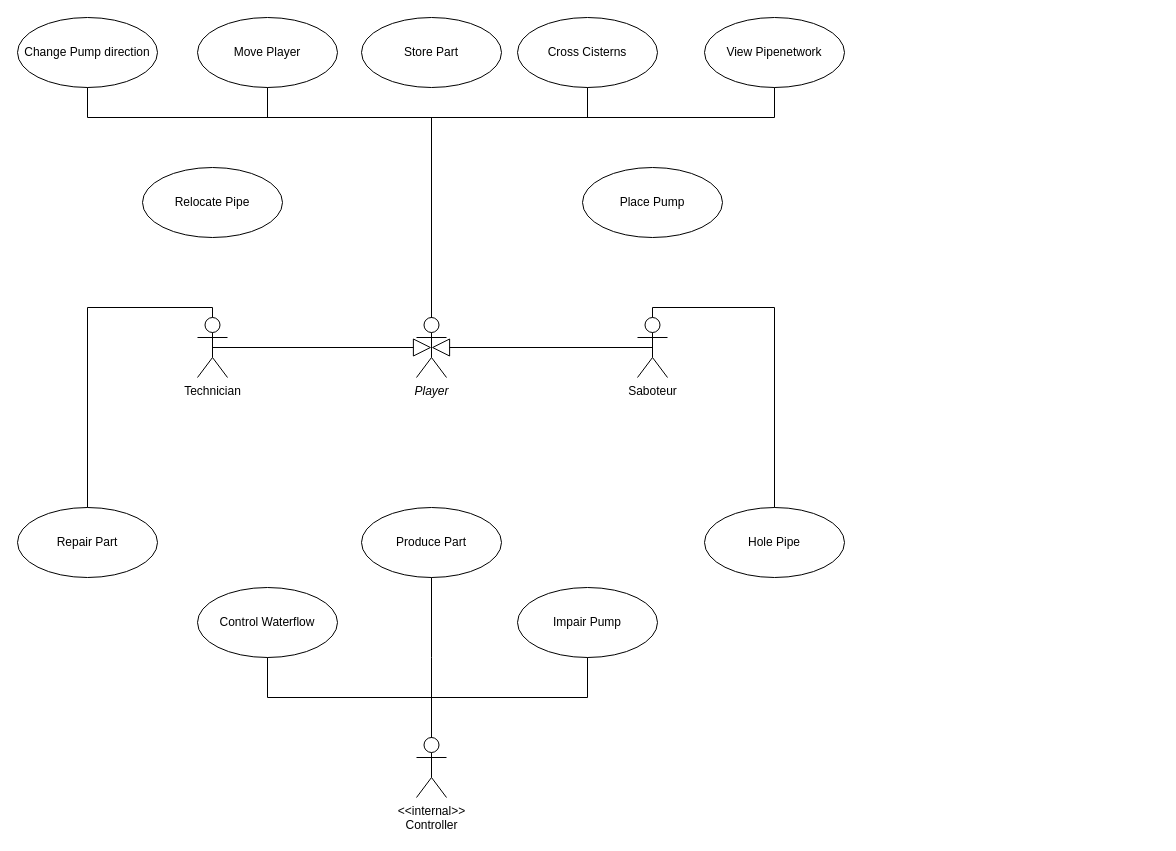
Before: misc/diagrams/USECASE.drawio in RuntimeError-BME/coursework, a draw.io diagram. Source tidied: cells renumbered, new cells numbered last; positions are measured from the earlier drawing's top-left corner, leaving out a move shared by most shapes. Both pictures are drawn from the tidied source at 100%, with x=0, y=0 at pixel (17, 17).
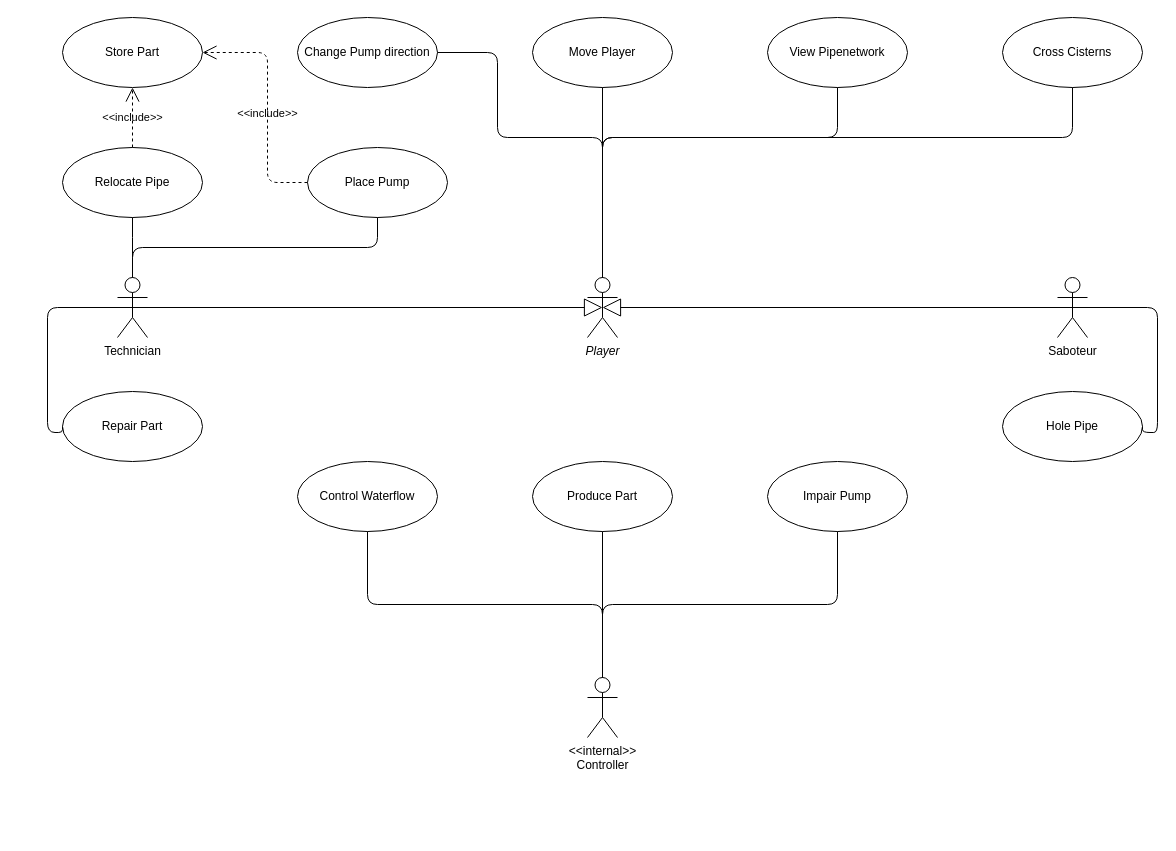
The same diagram, later.

Diff of the diagram source:
```diff
@@
-    <mxCell id="2" value="View Pipenetwork" style="ellipse;whiteSpace=wrap;html=1;" parent="1" vertex="1">
-      <mxGeometry x="687" width="140" height="70" as="geometry" />
+    <mxCell id="2" value="View Pipenetwork" style="ellipse;whiteSpace=wrap;html=1;rounded=1;labelBackgroundColor=none;" parent="1" vertex="1">
+      <mxGeometry x="750" width="140" height="70" as="geometry" />
     </mxCell>
-    <mxCell id="3" value="Move Player" style="ellipse;whiteSpace=wrap;html=1;" parent="1" vertex="1">
-      <mxGeometry x="180" width="140" height="70" as="geometry" />
+    <mxCell id="3" value="Move Player" style="ellipse;whiteSpace=wrap;html=1;rounded=1;labelBackgroundColor=none;" parent="1" vertex="1">
+      <mxGeometry x="515" width="140" height="70" as="geometry" />
     </mxCell>
-    <mxCell id="4" value="Change Pump direction" style="ellipse;whiteSpace=wrap;html=1;" parent="1" vertex="1">
-      <mxGeometry width="140" height="70" as="geometry" />
+    <mxCell id="4" value="Change Pump direction" style="ellipse;whiteSpace=wrap;html=1;rounded=1;labelBackgroundColor=none;" parent="1" vertex="1">
+      <mxGeometry x="280" width="140" height="70" as="geometry" />
     </mxCell>
-    <mxCell id="5" value="Player" style="shape=umlActor;verticalLabelPosition=bottom;verticalAlign=top;html=1;outlineConnect=0;fontStyle=2;" parent="1" vertex="1">
-      <mxGeometry x="399" y="300" width="30" height="60" as="geometry" />
+    <mxCell id="5" value="Player" style="shape=umlActor;verticalLabelPosition=bottom;verticalAlign=top;html=1;outlineConnect=0;fontStyle=2;rounded=1;labelBackgroundColor=none;" parent="1" vertex="1">
+      <mxGeometry x="570" y="260" width="30" height="60" as="geometry" />
     </mxCell>
-    <mxCell id="6" value="Technician" style="shape=umlActor;verticalLabelPosition=bottom;verticalAlign=top;html=1;outlineConnect=0;" parent="1" vertex="1">
-      <mxGeometry x="180" y="300" width="30" height="60" as="geometry" />
+    <mxCell id="6" value="Technician" style="shape=umlActor;verticalLabelPosition=bottom;verticalAlign=top;html=1;outlineConnect=0;rounded=1;labelBackgroundColor=none;" parent="1" vertex="1">
+      <mxGeometry x="100" y="260" width="30" height="60" as="geometry" />
     </mxCell>
-    <mxCell id="7" value="Saboteur" style="shape=umlActor;verticalLabelPosition=bottom;verticalAlign=top;html=1;outlineConnect=0;" parent="1" vertex="1">
-      <mxGeometry x="620" y="300" width="30" height="60" as="geometry" />
+    <mxCell id="7" value="Saboteur" style="shape=umlActor;verticalLabelPosition=bottom;verticalAlign=top;html=1;outlineConnect=0;rounded=1;labelBackgroundColor=none;" parent="1" vertex="1">
+      <mxGeometry x="1040" y="260" width="30" height="60" as="geometry" />
     </mxCell>
-    <mxCell id="8" value="&amp;lt;&amp;lt;internal&amp;gt;&amp;gt; &lt;br&gt;Controller" style="shape=umlActor;verticalLabelPosition=bottom;verticalAlign=top;html=1;outlineConnect=0;" parent="1" vertex="1">
-      <mxGeometry x="399" y="720" width="30" height="60" as="geometry" />
+    <mxCell id="8" value="&amp;lt;&amp;lt;internal&amp;gt;&amp;gt; &lt;br&gt;Controller" style="shape=umlActor;verticalLabelPosition=bottom;verticalAlign=top;html=1;outlineConnect=0;rounded=1;labelBackgroundColor=none;" parent="1" vertex="1">
+      <mxGeometry x="570" y="660" width="30" height="60" as="geometry" />
     </mxCell>
-    <mxCell id="9" value="Repair Part" style="ellipse;whiteSpace=wrap;html=1;" parent="1" vertex="1">
-      <mxGeometry y="490" width="140" height="70" as="geometry" />
+    <mxCell id="9" value="Repair Part" style="ellipse;whiteSpace=wrap;html=1;rounded=1;labelBackgroundColor=none;" parent="1" vertex="1">
+      <mxGeometry x="45" y="374" width="140" height="70" as="geometry" />
     </mxCell>
-    <mxCell id="10" value="Control Waterflow" style="ellipse;whiteSpace=wrap;html=1;" parent="1" vertex="1">
-      <mxGeometry x="180" y="570" width="140" height="70" as="geometry" />
+    <mxCell id="10" value="Control Waterflow" style="ellipse;whiteSpace=wrap;html=1;rounded=1;labelBackgroundColor=none;" parent="1" vertex="1">
+      <mxGeometry x="280" y="444" width="140" height="70" as="geometry" />
     </mxCell>
-    <mxCell id="11" value="Impair Pump" style="ellipse;whiteSpace=wrap;html=1;" parent="1" vertex="1">
-      <mxGeometry x="500" y="570" width="140" height="70" as="geometry" />
+    <mxCell id="11" value="Impair Pump" style="ellipse;whiteSpace=wrap;html=1;rounded=1;labelBackgroundColor=none;" parent="1" vertex="1">
+      <mxGeometry x="750" y="444" width="140" height="70" as="geometry" />
     </mxCell>
-    <mxCell id="12" value="Hole Pipe" style="ellipse;whiteSpace=wrap;html=1;" parent="1" vertex="1">
-      <mxGeometry x="687" y="490" width="140" height="70" as="geometry" />
+    <mxCell id="12" value="Hole Pipe" style="ellipse;whiteSpace=wrap;html=1;rounded=1;labelBackgroundColor=none;" parent="1" vertex="1">
+      <mxGeometry x="985" y="374" width="140" height="70" as="geometry" />
     </mxCell>
-    <mxCell id="13" style="endArrow=block;endSize=16;endFill=0;html=1;rounded=0;entryX=0.5;entryY=0.5;entryDx=0;entryDy=0;entryPerimeter=0;exitX=0.5;exitY=0.5;exitDx=0;exitDy=0;exitPerimeter=0;" parent="1" edge="1" source="6" target="5">
-      <mxGeometry relative="1" as="geometry" />
-    </mxCell>
-    <mxCell id="14" style="endArrow=block;endSize=16;endFill=0;html=1;rounded=0;exitX=0.5;exitY=0.5;exitDx=0;exitDy=0;exitPerimeter=0;entryX=0.5;entryY=0.5;entryDx=0;entryDy=0;entryPerimeter=0;" parent="1" edge="1" source="7" target="5">
-      <mxGeometry relative="1" as="geometry" />
-    </mxCell>
-    <mxCell id="15" style="endArrow=none;html=1;edgeStyle=orthogonalEdgeStyle;rounded=0;exitX=0.5;exitY=0;exitDx=0;exitDy=0;exitPerimeter=0;entryX=0.5;entryY=1;entryDx=0;entryDy=0;" parent="1" edge="1" source="5" target="2">
-      <mxGeometry relative="1" as="geometry">
-        <Array as="points">
-          <mxPoint x="414" y="100" />
-          <mxPoint x="757" y="100" />
-        </Array>
-      </mxGeometry>
-    </mxCell>
-    <mxCell id="16" style="endArrow=none;html=1;edgeStyle=orthogonalEdgeStyle;rounded=0;exitX=0.5;exitY=0;exitDx=0;exitDy=0;exitPerimeter=0;entryX=0.5;entryY=1;entryDx=0;entryDy=0;" parent="1" edge="1" source="5" target="4">
-      <mxGeometry relative="1" as="geometry">
-        <Array as="points">
-          <mxPoint x="414" y="100" />
-          <mxPoint x="70" y="100" />
-        </Array>
-      </mxGeometry>
-    </mxCell>
-    <mxCell id="17" style="endArrow=none;html=1;edgeStyle=orthogonalEdgeStyle;rounded=0;exitX=0.5;exitY=0;exitDx=0;exitDy=0;exitPerimeter=0;entryX=0.5;entryY=1;entryDx=0;entryDy=0;" parent="1" edge="1" source="5" target="3">
-      <mxGeometry relative="1" as="geometry">
-        <Array as="points">
-          <mxPoint x="414" y="100" />
-          <mxPoint x="250" y="100" />
-        </Array>
-      </mxGeometry>
-    </mxCell>
-    <mxCell id="18" style="endArrow=none;html=1;edgeStyle=orthogonalEdgeStyle;rounded=0;exitX=0.5;exitY=0;exitDx=0;exitDy=0;entryX=0.5;entryY=0;entryDx=0;entryDy=0;entryPerimeter=0;" parent="1" edge="1" source="9" target="6">
-      <mxGeometry relative="1" as="geometry" />
-    </mxCell>
-    <mxCell id="19" style="endArrow=none;html=1;edgeStyle=orthogonalEdgeStyle;rounded=0;exitX=0.5;exitY=0;exitDx=0;exitDy=0;entryX=0.5;entryY=0;entryDx=0;entryDy=0;entryPerimeter=0;" parent="1" edge="1" source="12" target="7">
-      <mxGeometry relative="1" as="geometry" />
-    </mxCell>
-    <mxCell id="20" style="endArrow=none;html=1;edgeStyle=orthogonalEdgeStyle;rounded=0;exitX=0.5;exitY=1;exitDx=0;exitDy=0;" parent="1" edge="1" source="10" target="8">
-      <mxGeometry relative="1" as="geometry" />
-    </mxCell>
-    <mxCell id="21" style="endArrow=none;html=1;edgeStyle=orthogonalEdgeStyle;rounded=0;exitX=0.5;exitY=0;exitDx=0;exitDy=0;entryX=0.5;entryY=1;entryDx=0;entryDy=0;exitPerimeter=0;" parent="1" edge="1" source="8" target="11">
-      <mxGeometry relative="1" as="geometry" />
-    </mxCell>
-    <mxCell id="22" value="Cross Cisterns" style="ellipse;whiteSpace=wrap;html=1;" parent="1" vertex="1">
-      <mxGeometry x="500" width="140" height="70" as="geometry" />
+    <mxCell id="22" value="Cross Cisterns" style="ellipse;whiteSpace=wrap;html=1;rounded=1;labelBackgroundColor=none;" parent="1" vertex="1">
+      <mxGeometry x="985" width="140" height="70" as="geometry" />
     </mxCell>
-    <mxCell id="23" style="endArrow=none;html=1;edgeStyle=orthogonalEdgeStyle;rounded=0;exitX=0.5;exitY=1;exitDx=0;exitDy=0;" parent="1" edge="1" source="22" target="5">
-      <mxGeometry relative="1" as="geometry">
-        <Array as="points">
-          <mxPoint x="570" y="100" />
-          <mxPoint x="414" y="100" />
-        </Array>
-      </mxGeometry>
-    </mxCell>
-    <mxCell id="24" value="Relocate Pipe" style="ellipse;whiteSpace=wrap;html=1;" parent="1" vertex="1">
-      <mxGeometry x="125" y="150" width="140" height="70" as="geometry" />
+    <mxCell id="24" value="Relocate Pipe" style="ellipse;whiteSpace=wrap;html=1;rounded=1;labelBackgroundColor=none;" parent="1" vertex="1">
+      <mxGeometry x="45" y="130" width="140" height="70" as="geometry" />
     </mxCell>
-    <mxCell id="25" value="Place Pump" style="ellipse;whiteSpace=wrap;html=1;" parent="1" vertex="1">
-      <mxGeometry x="565" y="150" width="140" height="70" as="geometry" />
+    <mxCell id="25" value="Place Pump" style="ellipse;whiteSpace=wrap;html=1;rounded=1;labelBackgroundColor=none;" parent="1" vertex="1">
+      <mxGeometry x="290" y="130" width="140" height="70" as="geometry" />
     </mxCell>
-    <mxCell id="26" value="Store Part" style="ellipse;whiteSpace=wrap;html=1;" parent="1" vertex="1">
-      <mxGeometry x="344" width="140" height="70" as="geometry" />
+    <mxCell id="26" value="Store Part" style="ellipse;whiteSpace=wrap;html=1;rounded=1;labelBackgroundColor=none;" parent="1" vertex="1">
+      <mxGeometry x="45" width="140" height="70" as="geometry" />
     </mxCell>
-    <mxCell id="27" value="Produce Part" style="ellipse;whiteSpace=wrap;html=1;" parent="1" vertex="1">
-      <mxGeometry x="344" y="490" width="140" height="70" as="geometry" />
+    <mxCell id="27" value="Produce Part" style="ellipse;whiteSpace=wrap;html=1;rounded=1;labelBackgroundColor=none;" parent="1" vertex="1">
+      <mxGeometry x="515" y="444" width="140" height="70" as="geometry" />
     </mxCell>
+    <mxCell id="13" style="endArrow=block;endSize=16;endFill=0;html=1;rounded=1;exitX=0.5;exitY=0.5;exitDx=0;exitDy=0;exitPerimeter=0;entryX=0.5;entryY=0.5;entryDx=0;entryDy=0;entryPerimeter=0;labelBackgroundColor=none;fontColor=default;" parent="1" edge="1" source="6" target="5">
+      <mxGeometry relative="1" as="geometry" />
+    </mxCell>
+    <mxCell id="14" style="endArrow=block;endSize=16;endFill=0;html=1;rounded=1;entryX=0.5;entryY=0.5;entryDx=0;entryDy=0;entryPerimeter=0;exitX=0.5;exitY=0.5;exitDx=0;exitDy=0;exitPerimeter=0;labelBackgroundColor=none;fontColor=default;" parent="1" edge="1" source="7" target="5">
+      <mxGeometry relative="1" as="geometry" />
+    </mxCell>
+    <mxCell id="29" style="endArrow=none;html=1;edgeStyle=orthogonalEdgeStyle;rounded=1;entryX=0.5;entryY=1;entryDx=0;entryDy=0;exitX=0.5;exitY=0;exitDx=0;exitDy=0;exitPerimeter=0;labelBackgroundColor=none;fontColor=default;" parent="1" edge="1" source="5" target="22">
+      <mxGeometry relative="1" as="geometry">
+        <Array as="points">
+          <mxPoint x="585" y="120" />
+          <mxPoint x="1055" y="120" />
+        </Array>
+      </mxGeometry>
+    </mxCell>
+    <mxCell id="17" style="endArrow=none;html=1;edgeStyle=orthogonalEdgeStyle;rounded=1;entryX=0.5;entryY=1;entryDx=0;entryDy=0;exitX=0.5;exitY=0;exitDx=0;exitDy=0;exitPerimeter=0;labelBackgroundColor=none;fontColor=default;" parent="1" edge="1" source="5" target="3">
+      <mxGeometry relative="1" as="geometry" />
+    </mxCell>
+    <mxCell id="16" style="endArrow=none;html=1;edgeStyle=orthogonalEdgeStyle;rounded=1;exitX=0.5;exitY=0;exitDx=0;exitDy=0;exitPerimeter=0;entryX=1;entryY=0.5;entryDx=0;entryDy=0;labelBackgroundColor=none;fontColor=default;" parent="1" edge="1" source="5" target="4">
+      <mxGeometry relative="1" as="geometry">
+        <Array as="points">
+          <mxPoint x="585" y="120" />
+          <mxPoint x="480" y="120" />
+          <mxPoint x="480" y="35" />
+        </Array>
+      </mxGeometry>
+    </mxCell>
+    <mxCell id="30" style="endArrow=none;html=1;edgeStyle=orthogonalEdgeStyle;rounded=1;entryX=0.5;entryY=1;entryDx=0;entryDy=0;exitX=0.5;exitY=0;exitDx=0;exitDy=0;exitPerimeter=0;labelBackgroundColor=none;fontColor=default;" parent="1" edge="1" source="6" target="24">
+      <mxGeometry relative="1" as="geometry">
+        <Array as="points">
+          <mxPoint x="115" y="230" />
+          <mxPoint x="115" y="230" />
+        </Array>
+      </mxGeometry>
+    </mxCell>
+    <mxCell id="31" style="endArrow=none;html=1;edgeStyle=orthogonalEdgeStyle;rounded=1;entryX=0.5;entryY=0;entryDx=0;entryDy=0;entryPerimeter=0;exitX=0.5;exitY=1;exitDx=0;exitDy=0;labelBackgroundColor=none;fontColor=default;" parent="1" edge="1" source="25" target="6">
+      <mxGeometry relative="1" as="geometry" />
+    </mxCell>
+    <mxCell id="15" style="endArrow=none;html=1;edgeStyle=orthogonalEdgeStyle;rounded=1;entryX=0.5;entryY=1;entryDx=0;entryDy=0;exitX=0.5;exitY=0;exitDx=0;exitDy=0;exitPerimeter=0;labelBackgroundColor=none;fontColor=default;" parent="1" edge="1" source="5" target="2">
+      <mxGeometry relative="1" as="geometry">
+        <Array as="points">
+          <mxPoint x="585" y="120" />
+          <mxPoint x="820" y="120" />
+        </Array>
+      </mxGeometry>
+    </mxCell>
+    <mxCell id="32" value="&amp;lt;&amp;lt;include&amp;gt;&amp;gt;" style="endArrow=open;endSize=12;dashed=1;html=1;rounded=1;exitX=0.5;exitY=0;exitDx=0;exitDy=0;entryX=0.5;entryY=1;entryDx=0;entryDy=0;labelBackgroundColor=none;fontColor=default;" parent="1" edge="1" source="24" target="26">
+      <mxGeometry relative="1" as="geometry" />
+    </mxCell>
+    <mxCell id="33" style="endArrow=none;html=1;edgeStyle=orthogonalEdgeStyle;rounded=1;exitX=0.5;exitY=0.5;exitDx=0;exitDy=0;exitPerimeter=0;entryX=0;entryY=0.5;entryDx=0;entryDy=0;labelBackgroundColor=none;fontColor=default;" parent="1" edge="1" source="6" target="9">
+      <mxGeometry relative="1" as="geometry">
+        <Array as="points">
+          <mxPoint x="30" y="290" />
+          <mxPoint x="30" y="415" />
+          <mxPoint x="45" y="415" />
+        </Array>
+      </mxGeometry>
+    </mxCell>
+    <mxCell id="19" style="endArrow=none;html=1;edgeStyle=orthogonalEdgeStyle;rounded=1;entryX=0.5;entryY=0.5;entryDx=0;entryDy=0;entryPerimeter=0;exitX=1;exitY=0.5;exitDx=0;exitDy=0;labelBackgroundColor=none;fontColor=default;" parent="1" edge="1" source="12" target="7">
+      <mxGeometry relative="1" as="geometry">
+        <Array as="points">
+          <mxPoint x="1125" y="415" />
+          <mxPoint x="1140" y="415" />
+          <mxPoint x="1140" y="290" />
+        </Array>
+      </mxGeometry>
+    </mxCell>
+    <mxCell id="20" style="endArrow=none;html=1;edgeStyle=orthogonalEdgeStyle;rounded=1;exitX=0.5;exitY=1;exitDx=0;exitDy=0;entryX=0.5;entryY=0;entryDx=0;entryDy=0;entryPerimeter=0;labelBackgroundColor=none;fontColor=default;" parent="1" edge="1" source="10" target="8">
+      <mxGeometry relative="1" as="geometry" />
+    </mxCell>
-    <mxCell id="28" style="endArrow=none;html=1;edgeStyle=orthogonalEdgeStyle;rounded=0;exitX=0.5;exitY=1;exitDx=0;exitDy=0;entryX=0.5;entryY=0;entryDx=0;entryDy=0;entryPerimeter=0;" parent="1" edge="1" source="27" target="8">
-      <mxGeometry relative="1" as="geometry">
-        <Array as="points">
-          <mxPoint x="414" y="640" />
-          <mxPoint x="414" y="640" />
-        </Array>
-      </mxGeometry>
+    <mxCell id="28" style="endArrow=none;html=1;edgeStyle=orthogonalEdgeStyle;rounded=1;exitX=0.5;exitY=1;exitDx=0;exitDy=0;entryX=0.5;entryY=0;entryDx=0;entryDy=0;entryPerimeter=0;labelBackgroundColor=none;fontColor=default;" parent="1" edge="1" source="27" target="8">
+      <mxGeometry relative="1" as="geometry" />
     </mxCell>
+    <mxCell id="34" style="endArrow=none;html=1;edgeStyle=orthogonalEdgeStyle;rounded=1;exitX=0.5;exitY=1;exitDx=0;exitDy=0;entryX=0.5;entryY=0;entryDx=0;entryDy=0;entryPerimeter=0;labelBackgroundColor=none;fontColor=default;" parent="1" edge="1" source="11" target="8">
+      <mxGeometry relative="1" as="geometry" />
+    </mxCell>
+    <mxCell id="35" value="&amp;lt;&amp;lt;include&amp;gt;&amp;gt;" style="endArrow=open;endSize=12;dashed=1;html=1;rounded=1;exitX=0;exitY=0.5;exitDx=0;exitDy=0;entryX=1;entryY=0.5;entryDx=0;entryDy=0;labelBackgroundColor=none;fontColor=default;" parent="1" edge="1" source="25" target="26">
+      <mxGeometry x="-0.07" relative="1" as="geometry">
+        <Array as="points">
+          <mxPoint x="250" y="165" />
+          <mxPoint x="250" y="35" />
+        </Array>
+      </mxGeometry>
+    </mxCell>
```
